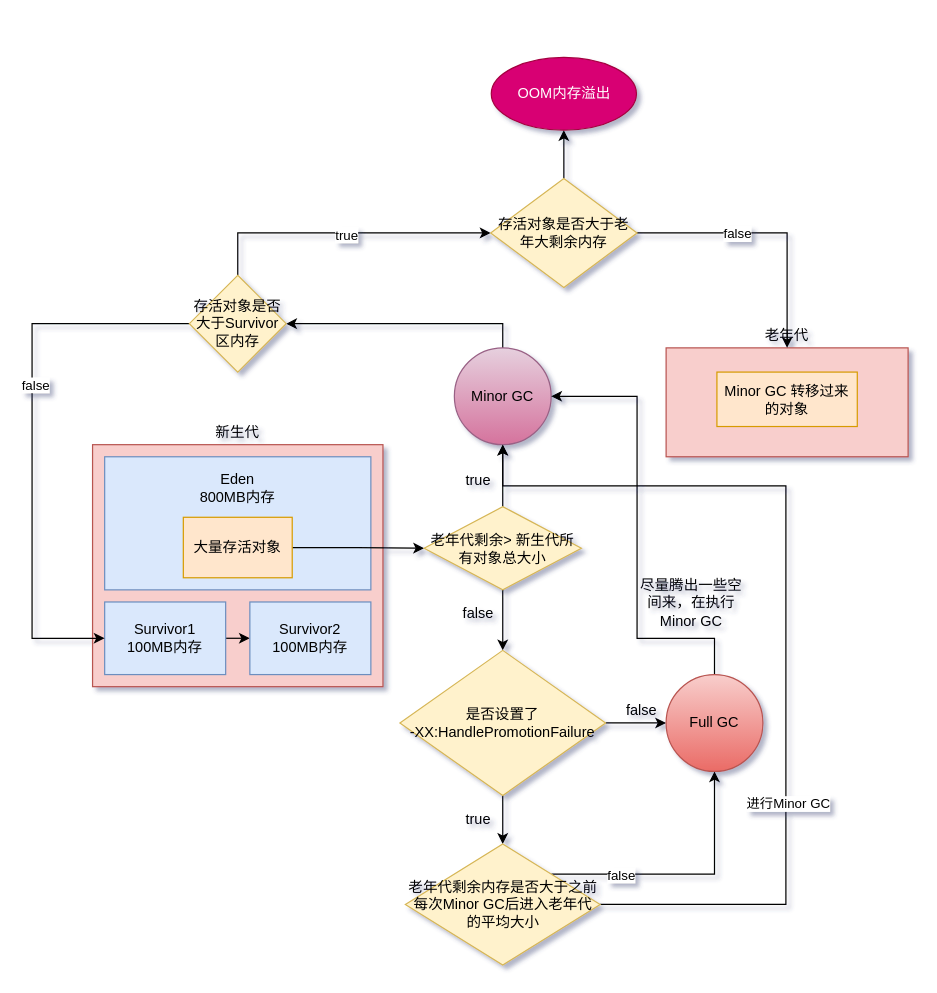
Above: jvm专栏/老年代空间分配担保规则.drawio in zhongqiuoo/drawio (draw.io), before the change. Source tidied: cells renumbered, new cells numbered last; positions are measured from the earlier drawing's top-left corner, leaving out a move shared by most shapes. Both pictures are drawn from the tidied source at 121%, with x=0, y=0 at pixel (31, 57).
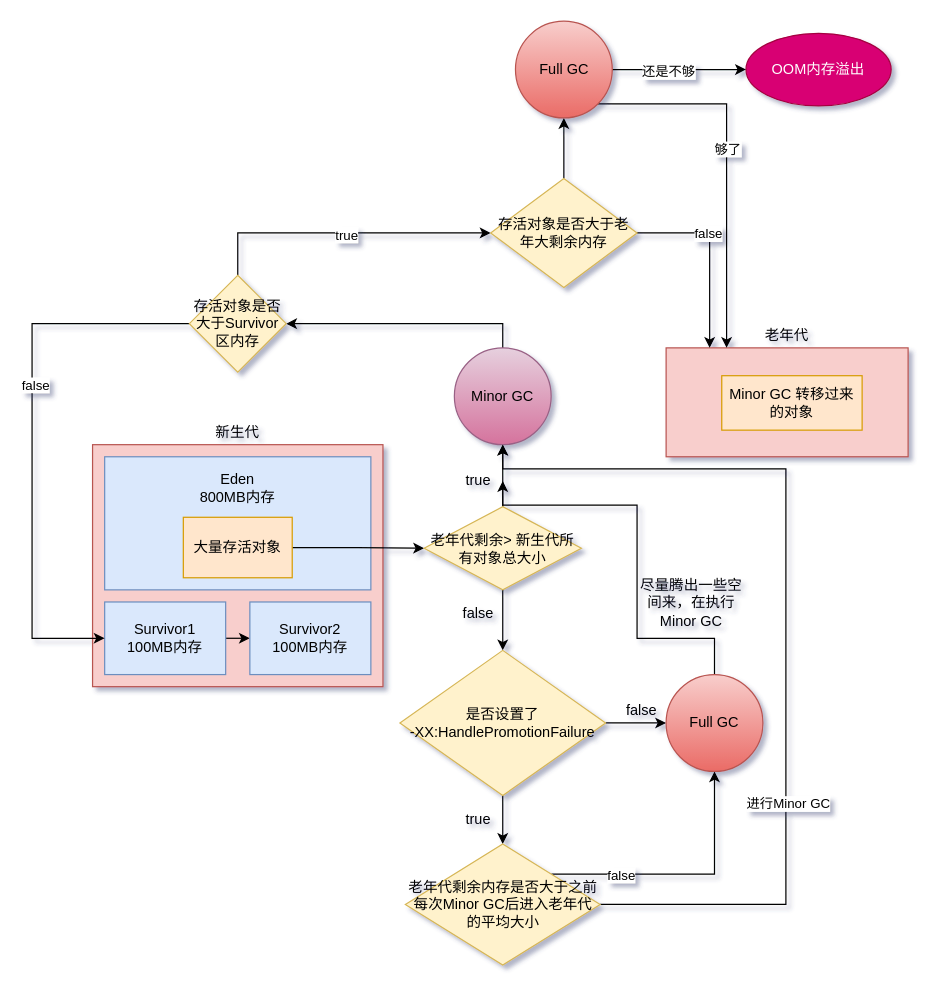
After the change.

Commit message (it also covers changes not shown here):
更新老年代空间分配担保规则.drawio

The change refers to these unchanged cells:
```xml
<mxCell id="10" style="rounded=0;whiteSpace=wrap;html=1;fillColor=#f8cecc;strokeColor=#b85450;" parent="1" vertex="1">
  <mxGeometry x="524" y="240" width="200" height="90" as="geometry" />
</mxCell>
<mxCell id="13" value="Minor GC" style="ellipse;whiteSpace=wrap;html=1;gradientColor=#d5739d;fillColor=#e6d0de;strokeColor=#996185;" parent="1" vertex="1">
  <mxGeometry x="349" y="240" width="80" height="80" as="geometry" />
</mxCell>
<mxCell id="17" value="true" style="text;html=1;strokeColor=none;fillColor=none;align=center;verticalAlign=middle;whiteSpace=wrap;rounded=0;" parent="1" vertex="1">
  <mxGeometry x="349" y="340" width="40" height="20" as="geometry" />
</mxCell>
<mxCell id="31" value="老年代剩余内存是否大于之前每次Minor GC后进入老年代的平均大小" style="rhombus;whiteSpace=wrap;html=1;fillColor=#fff2cc;strokeColor=#d6b656;" parent="1" vertex="1">
  <mxGeometry x="308.5" y="650" width="161" height="100" as="geometry" />
</mxCell>
<mxCell id="35" value="Full GC" style="ellipse;whiteSpace=wrap;html=1;gradientColor=#ea6b66;fillColor=#f8cecc;strokeColor=#b85450;" parent="1" vertex="1">
  <mxGeometry x="524" y="510" width="80" height="80" as="geometry" />
</mxCell>
<mxCell id="41" value="存活对象是否大于老年大剩余内存" style="rhombus;whiteSpace=wrap;html=1;fillColor=#fff2cc;strokeColor=#d6b656;" parent="1" vertex="1">
  <mxGeometry x="379" y="100" width="121" height="90" as="geometry" />
</mxCell>
```

What changed in the source:
```diff
@@
     <mxCell id="29" style="edgeStyle=orthogonalEdgeStyle;rounded=0;jettySize=auto;html=1;exitX=1;exitY=0.5;exitDx=0;exitDy=0;" parent="1" edge="1" source="31" target="13">
       <mxGeometry relative="1" as="geometry">
         <Array as="points">
           <mxPoint x="623" y="700" />
-          <mxPoint x="623" y="354" />
-          <mxPoint x="389" y="354" />
+          <mxPoint x="623" y="340" />
+          <mxPoint x="389" y="340" />
         </Array>
       </mxGeometry>
     </mxCell>
@@
-    <mxCell id="34" style="edgeStyle=orthogonalEdgeStyle;rounded=0;jettySize=auto;html=1;entryX=1;entryY=0.5;entryDx=0;entryDy=0;" parent="1" edge="1" source="35" target="13">
+    <mxCell id="34" style="edgeStyle=orthogonalEdgeStyle;rounded=0;jettySize=auto;html=1;entryX=1;entryY=0.5;entryDx=0;entryDy=0;" parent="1" edge="1" source="35" target="17">
       <mxGeometry relative="1" as="geometry">
         <Array as="points">
           <mxPoint x="564" y="480" />
           <mxPoint x="500" y="480" />
-          <mxPoint x="500" y="280" />
+          <mxPoint x="500" y="370" />
+          <mxPoint x="389" y="370" />
         </Array>
       </mxGeometry>
     </mxCell>
@@
     <mxCell id="37" value="Minor GC 转移过来的对象" style="rounded=0;whiteSpace=wrap;html=1;fillColor=#ffe6cc;strokeColor=#d79b00;" parent="1" vertex="1">
-      <mxGeometry x="566" y="260" width="116" height="45" as="geometry" />
+      <mxGeometry x="570" y="263" width="116" height="45" as="geometry" />
     </mxCell>
     <mxCell id="38" style="edgeStyle=orthogonalEdgeStyle;rounded=0;jettySize=auto;html=1;exitX=1;exitY=0.5;exitDx=0;exitDy=0;" parent="1" edge="1" source="41" target="10">
-      <mxGeometry relative="1" as="geometry" />
+      <mxGeometry relative="1" as="geometry">
+        <Array as="points">
+          <mxPoint x="560" y="145" />
+        </Array>
+      </mxGeometry>
     </mxCell>
@@
-    <mxCell id="40" style="edgeStyle=orthogonalEdgeStyle;rounded=0;jettySize=auto;html=1;" parent="1" edge="1" source="41" target="42">
-      <mxGeometry relative="1" as="geometry" />
-    </mxCell>
+    <mxCell id="43" style="edgeStyle=orthogonalEdgeStyle;rounded=0;jettySize=auto;html=1;exitX=0.5;exitY=0;exitDx=0;exitDy=0;entryX=0.5;entryY=1;entryDx=0;entryDy=0;" parent="1" edge="1" source="41" target="48">
+      <mxGeometry relative="1" as="geometry" />
+    </mxCell>
@@
     <mxCell id="42" value="OOM内存溢出" style="ellipse;whiteSpace=wrap;html=1;fillColor=#d80073;strokeColor=#A50040;fontColor=#ffffff;" parent="1" vertex="1">
-      <mxGeometry x="379.5" width="120" height="60" as="geometry" />
+      <mxGeometry x="590" y="-20" width="120" height="60" as="geometry" />
     </mxCell>
+    <mxCell id="44" style="edgeStyle=orthogonalEdgeStyle;rounded=0;jettySize=auto;html=1;exitX=1;exitY=0.5;exitDx=0;exitDy=0;entryX=0;entryY=0.5;entryDx=0;entryDy=0;" parent="1" edge="1" source="48" target="42">
+      <mxGeometry relative="1" as="geometry" />
+    </mxCell>
+    <mxCell id="45" value="还是不够" style="edgeLabel;html=1;align=center;verticalAlign=middle;" parent="44" vertex="1">
+      <mxGeometry x="-0.19" y="-1" relative="1" as="geometry">
+        <mxPoint x="1" as="offset" />
+      </mxGeometry>
+    </mxCell>
+    <mxCell id="46" style="edgeStyle=orthogonalEdgeStyle;rounded=0;jettySize=auto;html=1;exitX=1;exitY=1;exitDx=0;exitDy=0;entryX=0.25;entryY=0;entryDx=0;entryDy=0;" parent="1" edge="1" source="48" target="10">
+      <mxGeometry relative="1" as="geometry" />
+    </mxCell>
+    <mxCell id="47" value="够了" style="edgeLabel;html=1;align=center;verticalAlign=middle;" parent="46" vertex="1">
+      <mxGeometry x="-0.07" relative="1" as="geometry" />
+    </mxCell>
+    <mxCell id="48" value="Full GC" style="ellipse;whiteSpace=wrap;html=1;gradientColor=#ea6b66;fillColor=#f8cecc;strokeColor=#b85450;" parent="1" vertex="1">
+      <mxGeometry x="399.5" y="-30" width="80" height="80" as="geometry" />
+    </mxCell>
```
